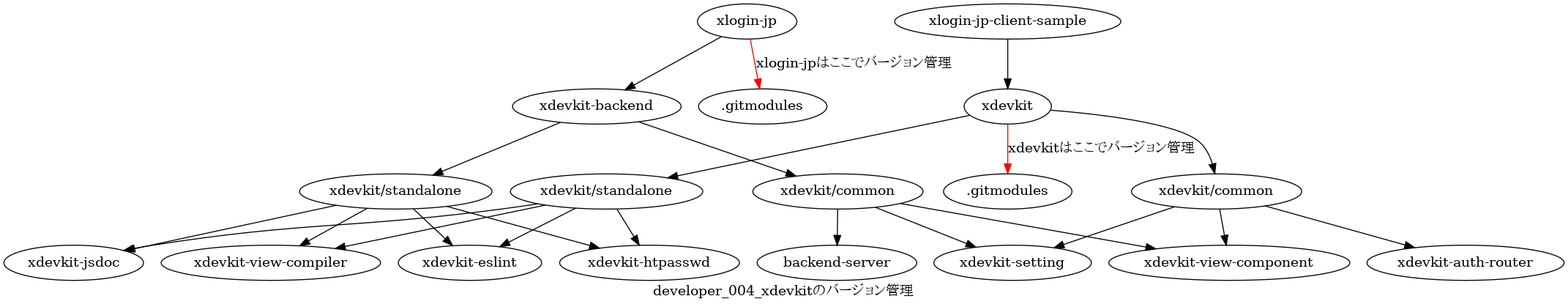
Before: doc/architecture/v2/result/developer/004_xdevkitのバージョン管理.png, a diagram exported from Graphviz (autoaim-jp/xlogin-jp). Its source is kept beside it as doc/architecture/v2/src/developer/004_xdevkitのバージョン管理.dot.
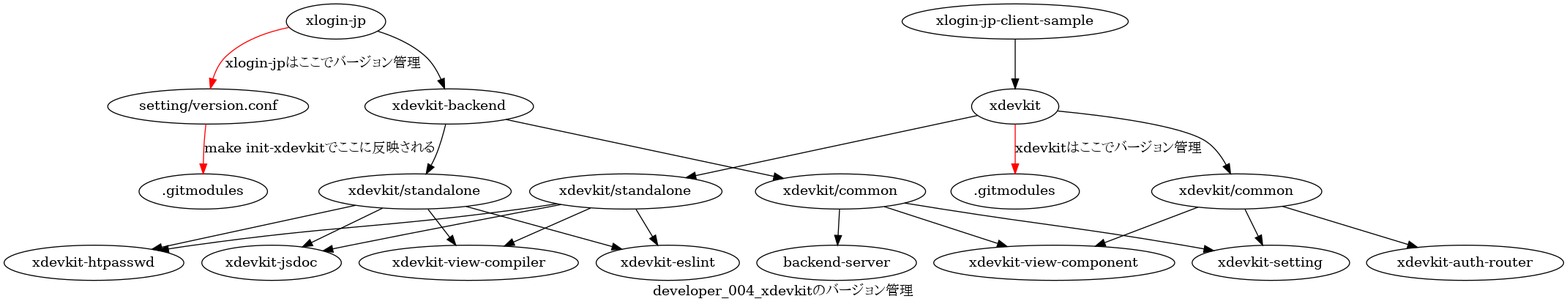
Above is the later version.

Diff of the diagram source:
```diff
@@ -10,6 +10,7 @@
 
   xdevkit_gitmodules [label=".gitmodules"]
   xlogin_gitmodules [label=".gitmodules"]
+  xlogin_version [label="setting/version.conf"]
   c [label="xdevkit/common"]
   s [label="xdevkit/standalone"]
   xb_c [label="xdevkit/common"]
@@ -45,7 +46,8 @@
   # app
   sample -> x
   xlogin -> xb
-  xlogin -> xlogin_gitmodules [label="xlogin-jpはここでバージョン管理" color=red]
+  xlogin -> xlogin_version [label="xlogin-jpはここでバージョン管理" color=red]
+  xlogin_version -> xlogin_gitmodules [label="make init-xdevkitでここに反映される" color=red]
   xb -> xb_c
   xb -> xb_s
 
```
